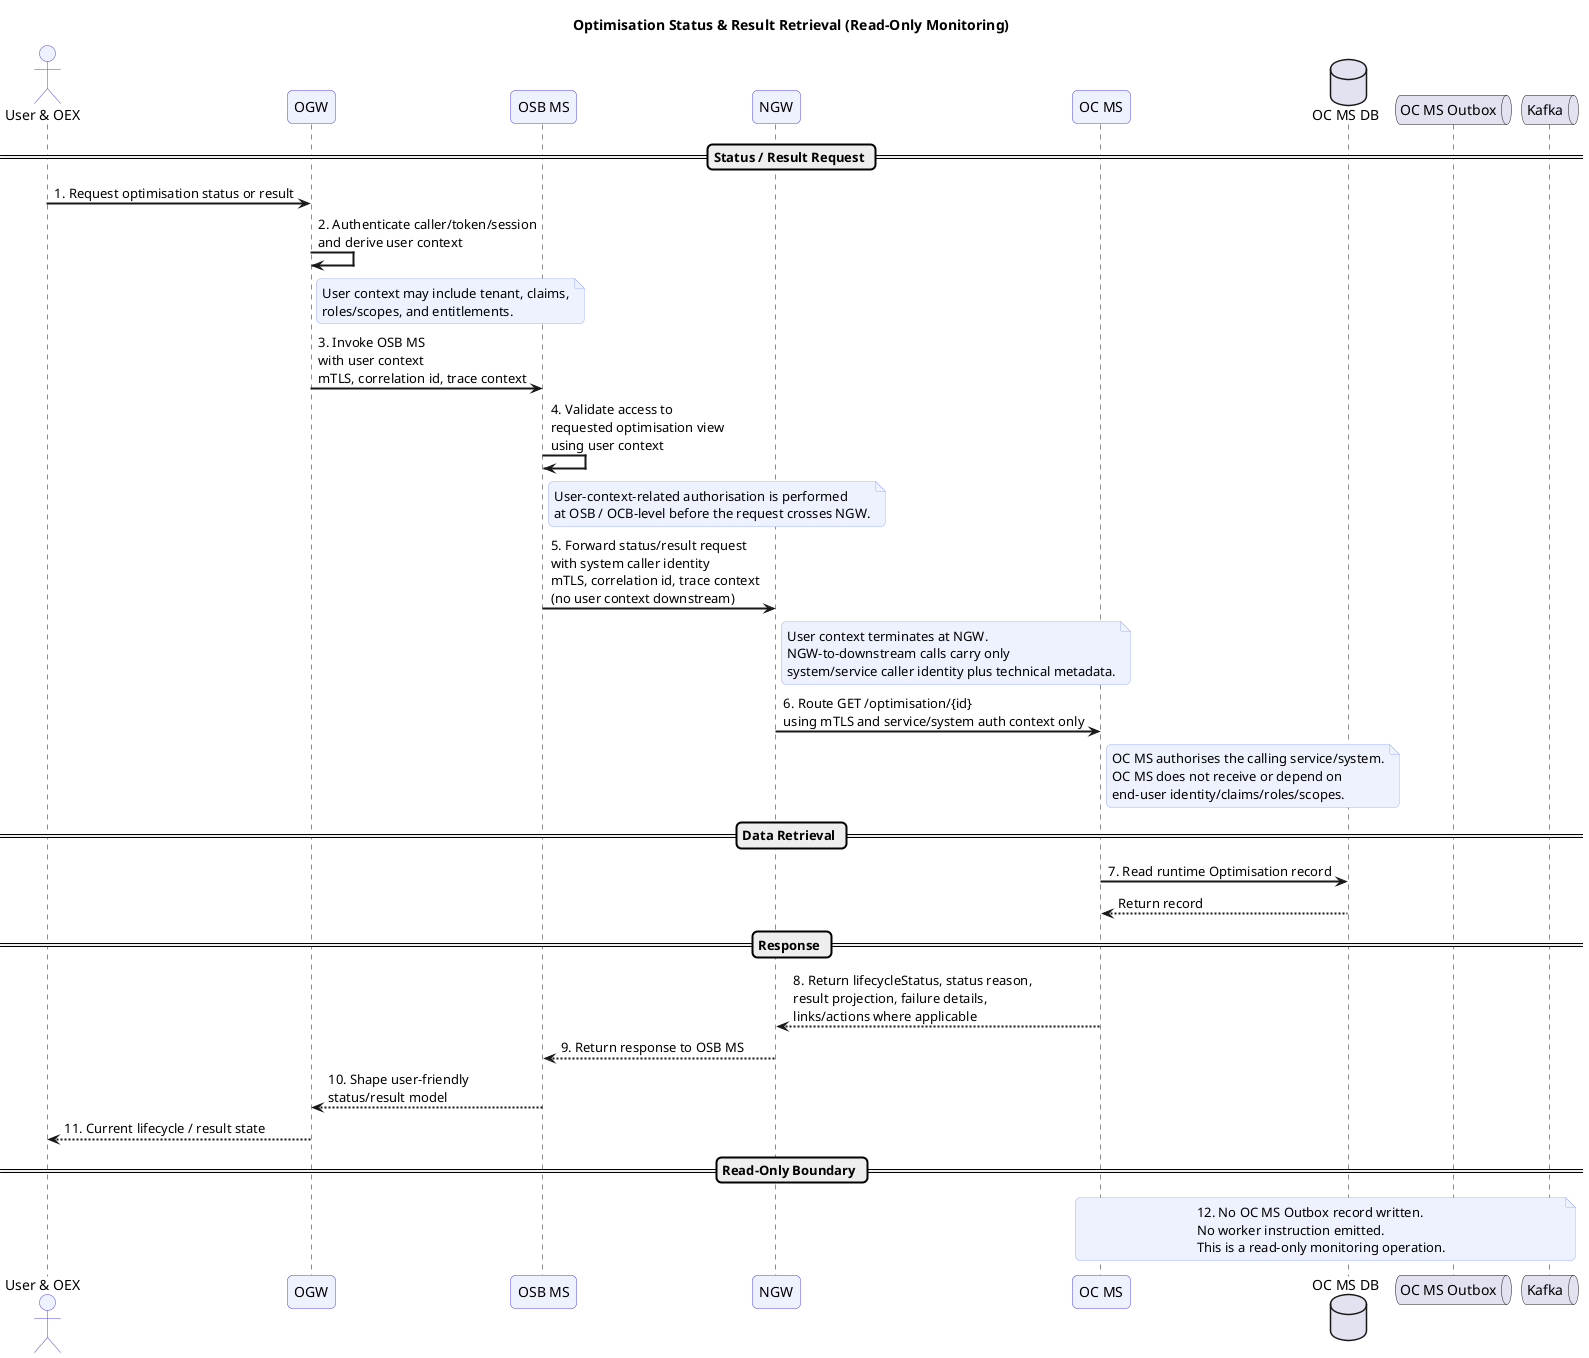
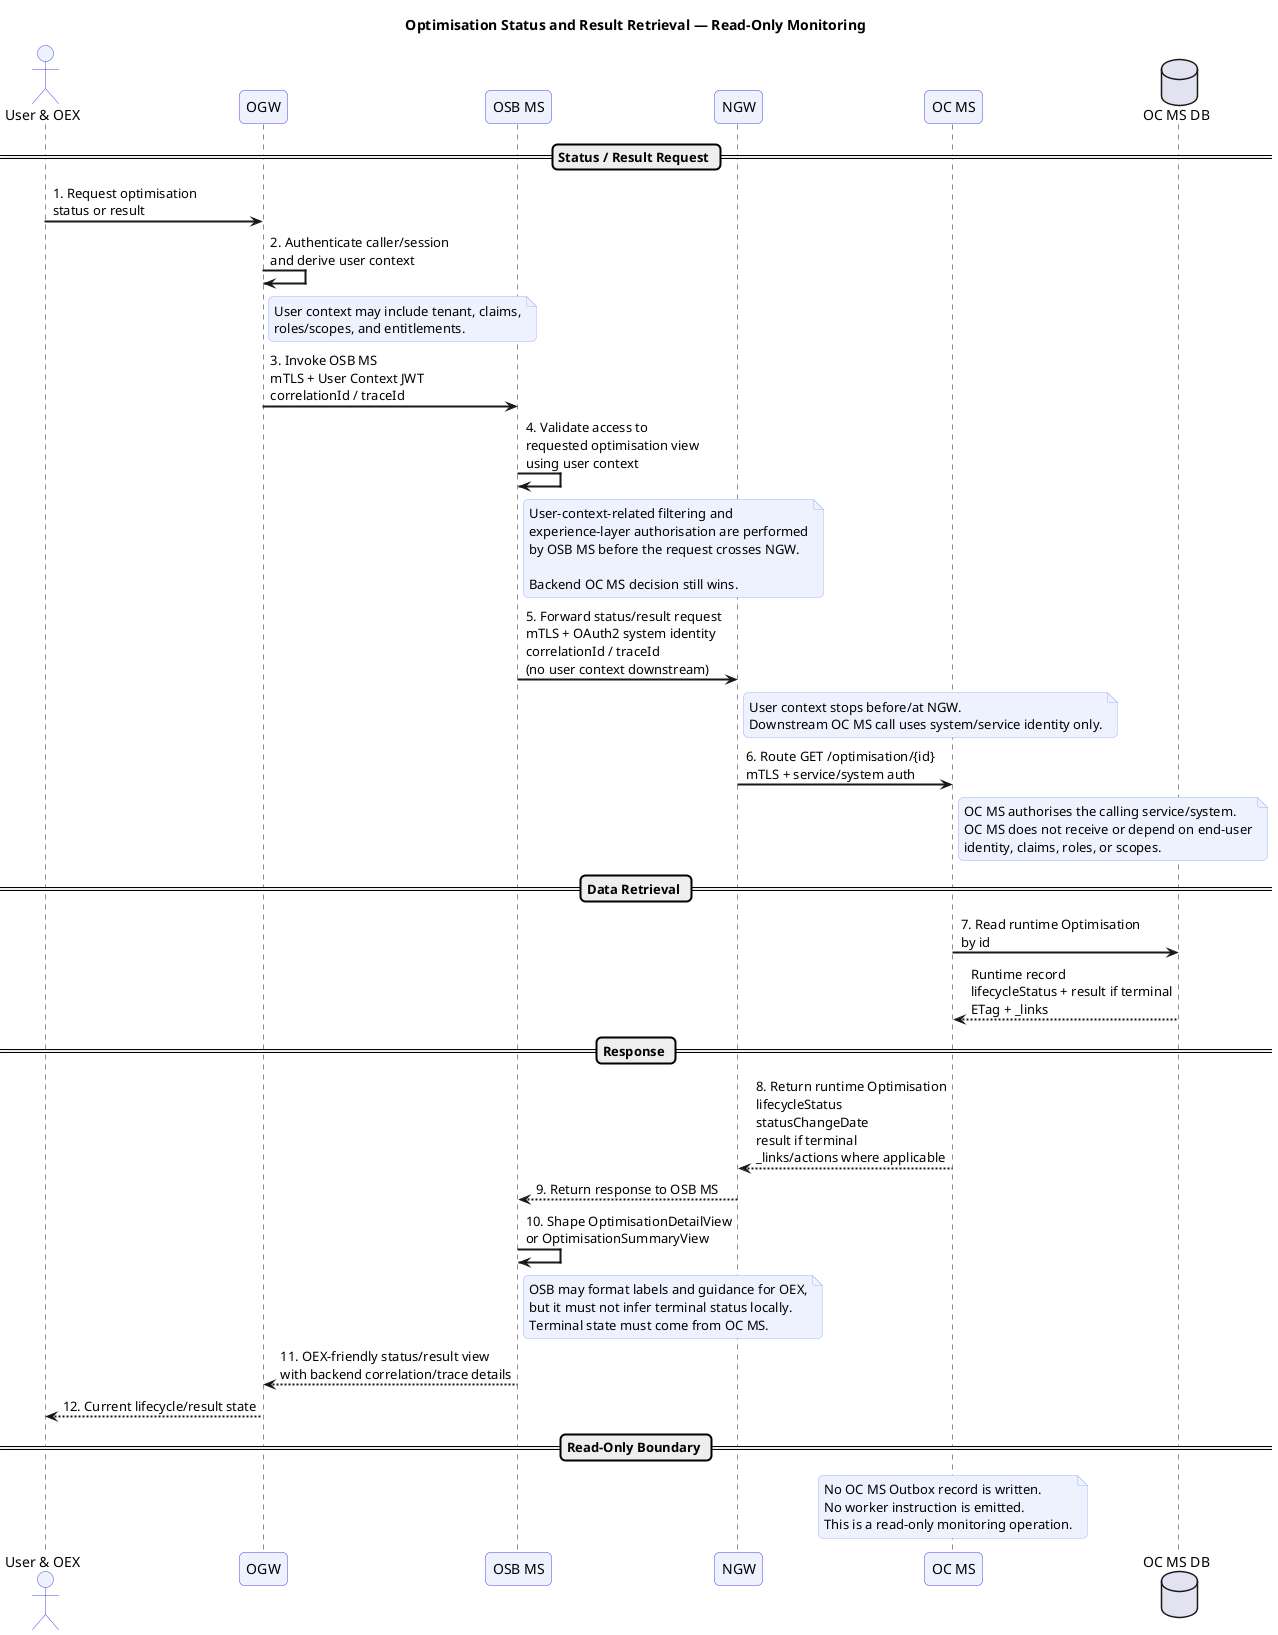
@startuml
- title Optimisation Status & Result Retrieval (Read-Only Monitoring)
+ title Optimisation Status and Result Retrieval — Read-Only Monitoring

skinparam sequenceArrowThickness 2
skinparam roundcorner 10
skinparam sequenceParticipantBackgroundColor #EEF2FF
skinparam sequenceParticipantBorderColor #4F46E5
skinparam sequenceActorBackgroundColor #EEF2FF
skinparam sequenceActorBorderColor #4F46E5
skinparam noteBorderColor #A5B4FC
skinparam noteBackgroundColor #EEF2FF

- actor "User & OEX " as Caller
+ actor "User & OEX" as Caller
participant "OGW" as OGW
participant "OSB MS" as OSB
participant "NGW" as NGW
participant "OC MS" as OCMS
database "OC MS DB" as OCDB
- queue "OC MS Outbox" as Outbox
- queue "Kafka" as Kafka

== Status / Result Request ==

- Caller -> OGW : 1. Request optimisation status or result
- OGW -> OGW : 2. Authenticate caller/token/session\nand derive user context
+ Caller -> OGW : 1. Request optimisation\nstatus or result
+ OGW -> OGW : 2. Authenticate caller/session\nand derive user context
+ 
note right of OGW
User context may include tenant, claims,
roles/scopes, and entitlements.
end note

- OGW -> OSB : 3. Invoke OSB MS\nwith user context\nmTLS, correlation id, trace context
+ OGW -> OSB : 3. Invoke OSB MS\nmTLS + User Context JWT\ncorrelationId / traceId
+ 
OSB -> OSB : 4. Validate access to\nrequested optimisation view\nusing user context
+ 
note right of OSB
- User-context-related authorisation is performed
- at OSB / OCB-level before the request crosses NGW.
+ User-context-related filtering and
+ experience-layer authorisation are performed
+ by OSB MS before the request crosses NGW.
+ 
+ Backend OC MS decision still wins.
end note

- OSB -> NGW : 5. Forward status/result request\nwith system caller identity\nmTLS, correlation id, trace context\n(no user context downstream)
+ OSB -> NGW : 5. Forward status/result request\nmTLS + OAuth2 system identity\ncorrelationId / traceId\n(no user context downstream)
+ 
note right of NGW
- User context terminates at NGW.
- NGW-to-downstream calls carry only
- system/service caller identity plus technical metadata.
+ User context stops before/at NGW.
+ Downstream OC MS call uses system/service identity only.
end note

- NGW -> OCMS : 6. Route GET /optimisation/{id}\nusing mTLS and service/system auth context only
+ NGW -> OCMS : 6. Route GET /optimisation/{id}\nmTLS + service/system auth
+ 
note right of OCMS
OC MS authorises the calling service/system.
- OC MS does not receive or depend on
- end-user identity/claims/roles/scopes.
+ OC MS does not receive or depend on end-user
+ identity, claims, roles, or scopes.
end note

== Data Retrieval ==

- OCMS -> OCDB : 7. Read runtime Optimisation record
- OCDB --> OCMS : Return record
+ OCMS -> OCDB : 7. Read runtime Optimisation\nby id
+ OCDB --> OCMS : Runtime record\nlifecycleStatus + result if terminal\nETag + _links

== Response ==

- OCMS --> NGW : 8. Return lifecycleStatus, status reason,\nresult projection, failure details,\nlinks/actions where applicable
+ OCMS --> NGW : 8. Return runtime Optimisation\nlifecycleStatus\nstatusChangeDate\nresult if terminal\n_links/actions where applicable
NGW --> OSB : 9. Return response to OSB MS
- OSB --> OGW : 10. Shape user-friendly\nstatus/result model
- OGW --> Caller : 11. Current lifecycle / result state
+ 
+ OSB -> OSB : 10. Shape OptimisationDetailView\nor OptimisationSummaryView
+ 
+ note right of OSB
+ OSB may format labels and guidance for OEX,
+ but it must not infer terminal status locally.
+ Terminal state must come from OC MS.
+ end note
+ 
+ OSB --> OGW : 11. OEX-friendly status/result view\nwith backend correlation/trace details
+ OGW --> Caller : 12. Current lifecycle/result state

== Read-Only Boundary ==

- note over OCMS, Kafka
- 12. No OC MS Outbox record written.
- No worker instruction emitted.
+ note over OCMS
+ No OC MS Outbox record is written.
+ No worker instruction is emitted.
This is a read-only monitoring operation.
end note

@enduml
